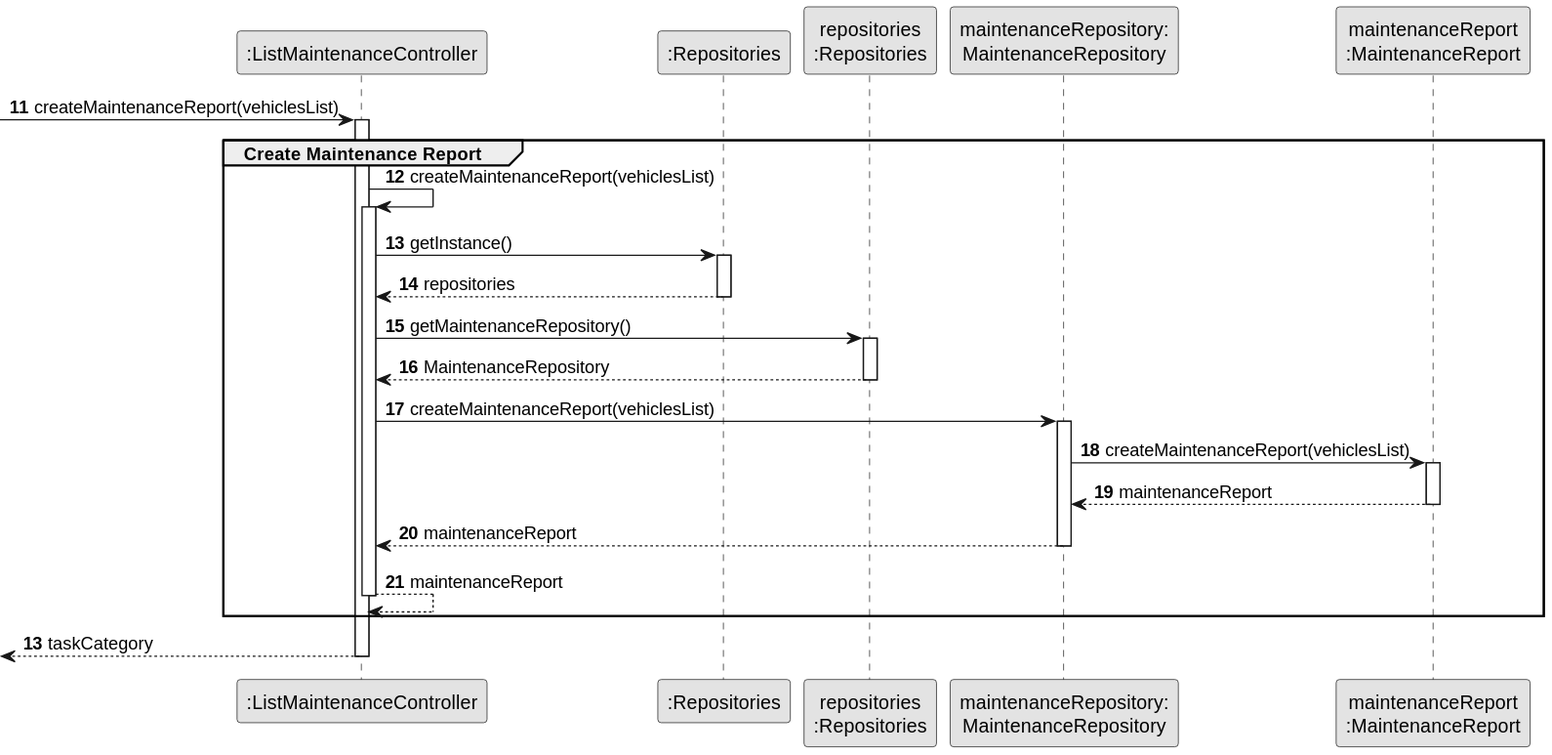
This is docs/sprintB/us008/03.design/svg/us008-sequence-diagram-partial-create-maintenance-report.svg from ricardomm7/leaflink, a PlantUML export, as it was before one commit.
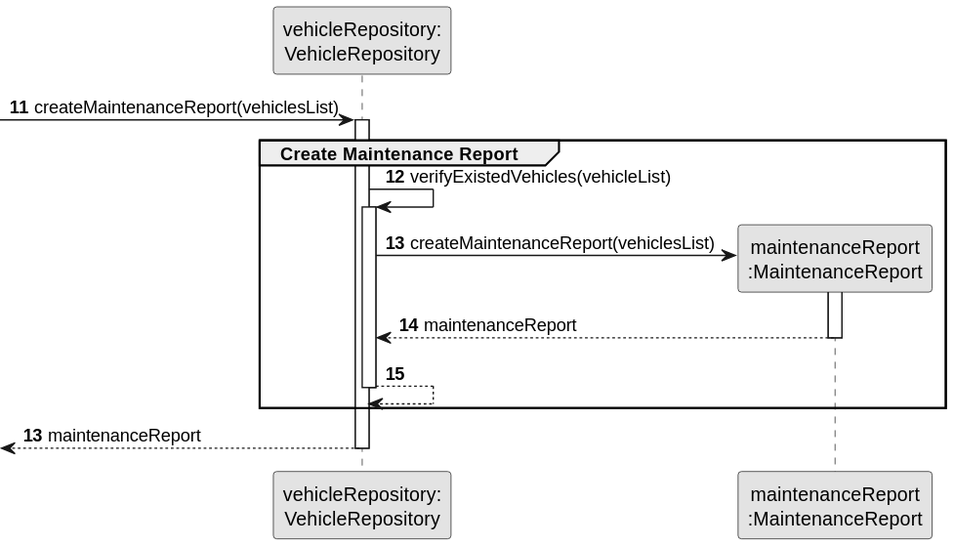
After the commit.

Change to the diagram source:
```diff
@@ -3,52 +3,31 @@
 skinparam packageStyle rectangle
 skinparam shadowing false
 
-participant ":ListMaintenanceController" as CTRL
-participant ":Repositories" as RepositorySingleton
-participant "repositories\n:Repositories" as PLAT
-participant "maintenanceRepository:\nMaintenanceRepository" as MaintenanceRepository
+participant "vehicleRepository:\nVehicleRepository" as VehicleRepository
 participant "maintenanceReport\n:MaintenanceReport" as MaintenanceReport
 
 autonumber 11
--> CTRL : createMaintenanceReport(vehiclesList)
+-> VehicleRepository : createMaintenanceReport(vehiclesList)
 
-activate CTRL
+activate VehicleRepository
     group Create Maintenance Report
 
-        CTRL -> CTRL : createMaintenanceReport(vehiclesList)
-                    activate CTRL
 
-                        CTRL -> RepositorySingleton : getInstance()
-                        activate RepositorySingleton
+                        VehicleRepository -> VehicleRepository: verifyExistedVehicles(vehicleList)
+                        activate VehicleRepository
 
-                            RepositorySingleton --> CTRL: repositories
-                        deactivate RepositorySingleton
-
-                        CTRL -> PLAT : getMaintenanceRepository()
-                        activate PLAT
-
-                            PLAT --> CTRL: MaintenanceRepository
-                        deactivate PLAT
-
-                        CTRL -> MaintenanceRepository : createMaintenanceReport(vehiclesList)
-                        activate MaintenanceRepository
-
-                            MaintenanceRepository -> MaintenanceReport : createMaintenanceReport(vehiclesList)
+                            VehicleRepository -> MaintenanceReport **: createMaintenanceReport(vehiclesList)
                             activate MaintenanceReport
 
-                            MaintenanceReport --> MaintenanceRepository : maintenanceReport
-                            deactivate MaintenanceReport
+                            MaintenanceReport --> VehicleRepository : maintenanceReport
+                            deactivate
 
-                        MaintenanceRepository --> CTRL : maintenanceReport
-                        deactivate MaintenanceRepository
-
-                    CTRL --> CTRL : maintenanceReport
-                    deactivate CTRL
-
+                        VehicleRepository --> VehicleRepository
+                        deactivate VehicleRepository
     end group
 
     autonumber 13
-    <-- CTRL : taskCategory
+    <-- VehicleRepository : maintenanceReport
 
-deactivate CTRL
+deactivate VehicleRepository
 @enduml
```
